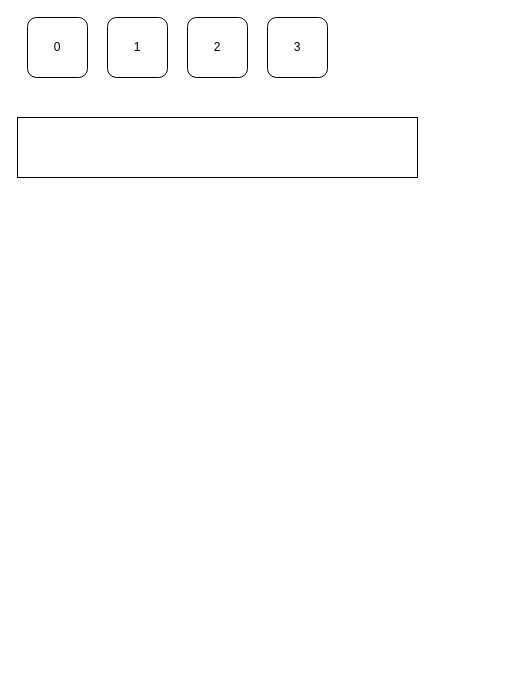
Before: diagrams/data_structures/queue.drawio in Vlas1d/Algorithms, a draw.io diagram. Source tidied: cells renumbered, new cells numbered last; positions are measured from the earlier drawing's top-left corner, leaving out a move shared by most shapes. Both pictures are drawn from the tidied source at 100%, with x=0, y=0 at pixel (17, 17).
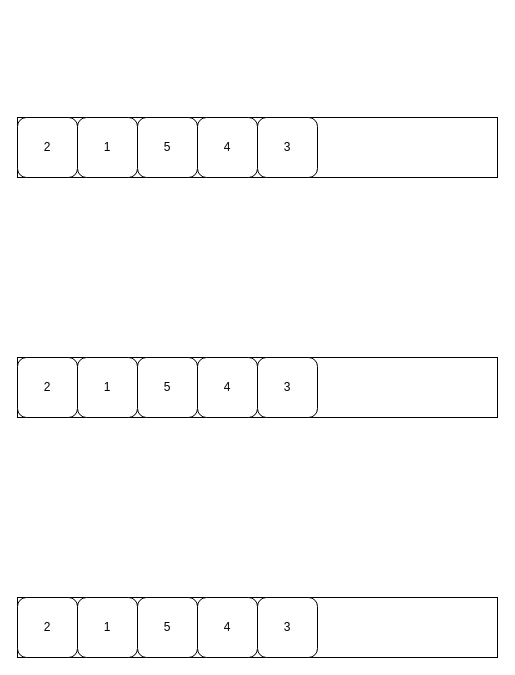
The same diagram, later.

What changed in the source:
```diff
@@
 <mxGraphModel>
   <root>
     <mxCell id="0" />
     <mxCell id="1" parent="0" />
     <mxCell id="2" style="rounded=0;whiteSpace=wrap;html=1;" parent="1" vertex="1">
-      <mxGeometry y="100" width="400" height="60" as="geometry" />
+      <mxGeometry y="100" width="480" height="60" as="geometry" />
     </mxCell>
-    <mxCell id="3" value="0" style="rounded=1;whiteSpace=wrap;html=1;" parent="1" vertex="1">
-      <mxGeometry x="10" width="60" height="60" as="geometry" />
-    </mxCell>
     <mxCell id="4" value="1" style="rounded=1;whiteSpace=wrap;html=1;" parent="1" vertex="1">
-      <mxGeometry x="90" width="60" height="60" as="geometry" />
+      <mxGeometry x="60" y="100" width="60" height="60" as="geometry" />
     </mxCell>
     <mxCell id="5" value="2" style="rounded=1;whiteSpace=wrap;html=1;" parent="1" vertex="1">
-      <mxGeometry x="170" width="60" height="60" as="geometry" />
+      <mxGeometry y="100" width="60" height="60" as="geometry" />
     </mxCell>
     <mxCell id="6" value="3" style="rounded=1;whiteSpace=wrap;html=1;" parent="1" vertex="1">
-      <mxGeometry x="250" width="60" height="60" as="geometry" />
+      <mxGeometry x="240" y="100" width="60" height="60" as="geometry" />
     </mxCell>
+    <mxCell id="7" value="4" style="rounded=1;whiteSpace=wrap;html=1;" parent="1" vertex="1">
+      <mxGeometry x="180" y="100" width="60" height="60" as="geometry" />
+    </mxCell>
+    <mxCell id="8" value="5" style="rounded=1;whiteSpace=wrap;html=1;" parent="1" vertex="1">
+      <mxGeometry x="120" y="100" width="60" height="60" as="geometry" />
+    </mxCell>
+    <mxCell id="9" style="rounded=0;whiteSpace=wrap;html=1;" parent="1" vertex="1">
+      <mxGeometry y="340" width="480" height="60" as="geometry" />
+    </mxCell>
+    <mxCell id="10" value="1" style="rounded=1;whiteSpace=wrap;html=1;" parent="1" vertex="1">
+      <mxGeometry x="60" y="340" width="60" height="60" as="geometry" />
+    </mxCell>
+    <mxCell id="11" value="2" style="rounded=1;whiteSpace=wrap;html=1;" parent="1" vertex="1">
+      <mxGeometry y="340" width="60" height="60" as="geometry" />
+    </mxCell>
+    <mxCell id="12" value="3" style="rounded=1;whiteSpace=wrap;html=1;" parent="1" vertex="1">
+      <mxGeometry x="240" y="340" width="60" height="60" as="geometry" />
+    </mxCell>
+    <mxCell id="13" value="4" style="rounded=1;whiteSpace=wrap;html=1;" parent="1" vertex="1">
+      <mxGeometry x="180" y="340" width="60" height="60" as="geometry" />
+    </mxCell>
+    <mxCell id="14" value="5" style="rounded=1;whiteSpace=wrap;html=1;" parent="1" vertex="1">
+      <mxGeometry x="120" y="340" width="60" height="60" as="geometry" />
+    </mxCell>
+    <mxCell id="15" style="rounded=0;whiteSpace=wrap;html=1;" parent="1" vertex="1">
+      <mxGeometry y="580" width="480" height="60" as="geometry" />
+    </mxCell>
+    <mxCell id="16" value="1" style="rounded=1;whiteSpace=wrap;html=1;" parent="1" vertex="1">
+      <mxGeometry x="60" y="580" width="60" height="60" as="geometry" />
+    </mxCell>
+    <mxCell id="17" value="2" style="rounded=1;whiteSpace=wrap;html=1;" parent="1" vertex="1">
+      <mxGeometry y="580" width="60" height="60" as="geometry" />
+    </mxCell>
+    <mxCell id="18" value="3" style="rounded=1;whiteSpace=wrap;html=1;" parent="1" vertex="1">
+      <mxGeometry x="240" y="580" width="60" height="60" as="geometry" />
+    </mxCell>
+    <mxCell id="19" value="4" style="rounded=1;whiteSpace=wrap;html=1;" parent="1" vertex="1">
+      <mxGeometry x="180" y="580" width="60" height="60" as="geometry" />
+    </mxCell>
+    <mxCell id="20" value="5" style="rounded=1;whiteSpace=wrap;html=1;" parent="1" vertex="1">
+      <mxGeometry x="120" y="580" width="60" height="60" as="geometry" />
+    </mxCell>
   </root>
 </mxGraphModel>
```
